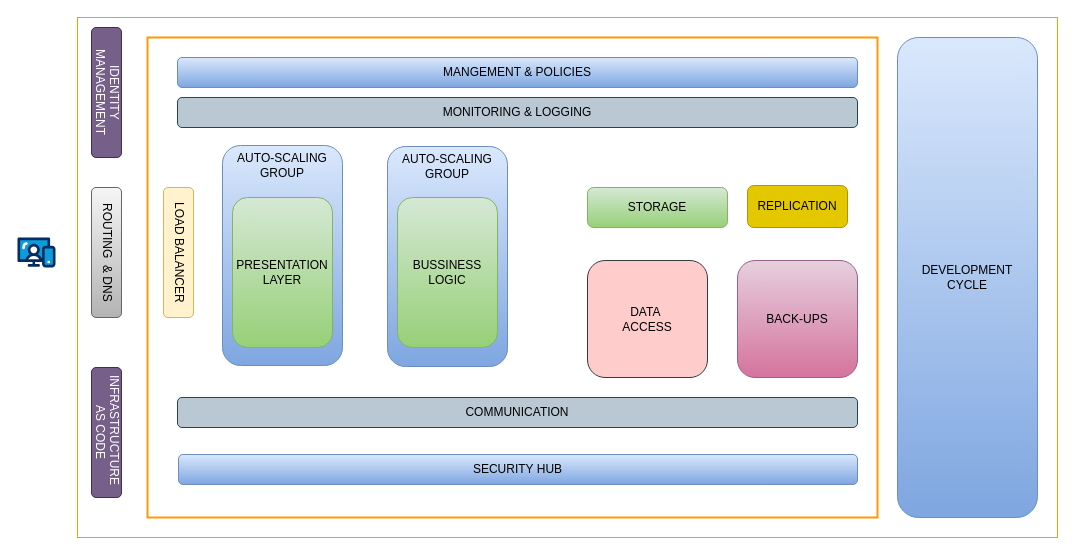
This is ent_2.drawio from ai-next-zen/diagrams, a draw.io file, before an edit. Source tidied: cells renumbered, new cells numbered last; positions are measured from the earlier drawing's top-left corner, leaving out a move shared by most shapes. Both pictures are drawn from the tidied source at 100%, with x=0, y=0 at pixel (17, 17).
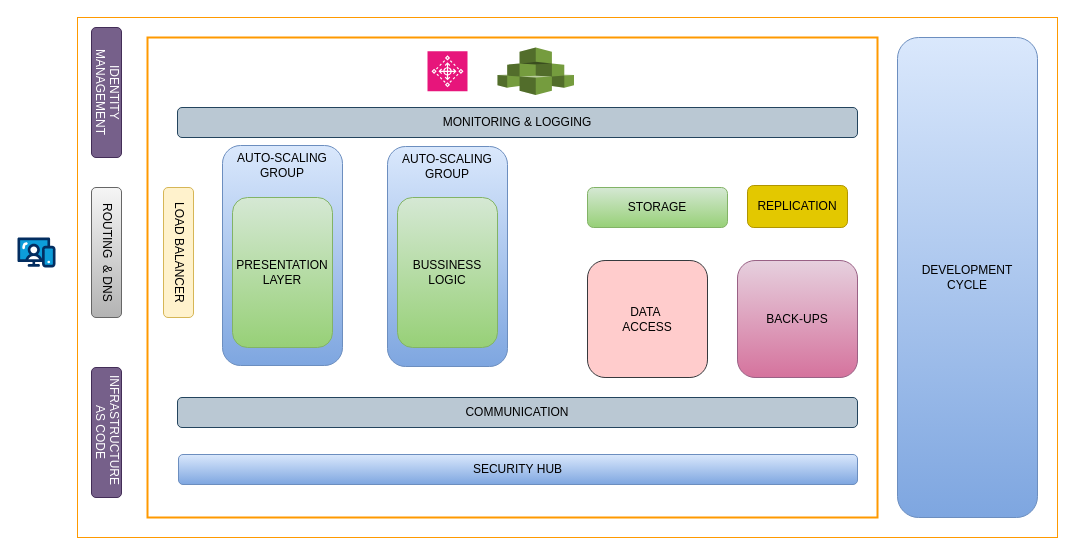
After the change.

Diff of the diagram source:
```diff
@@
     <mxCell id="5" value="MONITORING &amp;amp; LOGGING" style="rounded=1;whiteSpace=wrap;html=1;fillColor=#bac8d3;strokeColor=#23445d;" parent="1" vertex="1">
-      <mxGeometry x="160" y="80" width="680" height="30" as="geometry" />
+      <mxGeometry x="160" y="90" width="680" height="30" as="geometry" />
     </mxCell>
@@
-    <mxCell id="9" value="MANGEMENT &amp;amp; POLICIES" style="rounded=1;whiteSpace=wrap;html=1;fillColor=#dae8fc;strokeColor=#6c8ebf;gradientColor=#7ea6e0;" parent="1" vertex="1">
-      <mxGeometry x="160" y="40" width="680" height="30" as="geometry" />
-    </mxCell>
@@
+    <mxCell id="22" style="sketch=0;fontColor=#232F3E;fillColor=#E7157B;strokeColor=#ffffff;dashed=0;verticalLabelPosition=bottom;verticalAlign=top;align=center;html=1;fontSize=12;fontStyle=0;shape=mxgraph.aws4.resourceIcon;resIcon=mxgraph.aws4.control_tower;" parent="1" vertex="1">
+      <mxGeometry x="410" y="33.8" width="40" height="40" as="geometry" />
+    </mxCell>
+    <mxCell id="23" style="dashed=0;verticalLabelPosition=bottom;verticalAlign=top;align=center;html=1;shape=mxgraph.aws3.organizations;fillColor=#759C3E;gradientColor=none;" parent="1" vertex="1">
+      <mxGeometry x="480" y="30" width="76.5" height="47.5" as="geometry" />
+    </mxCell>
```
